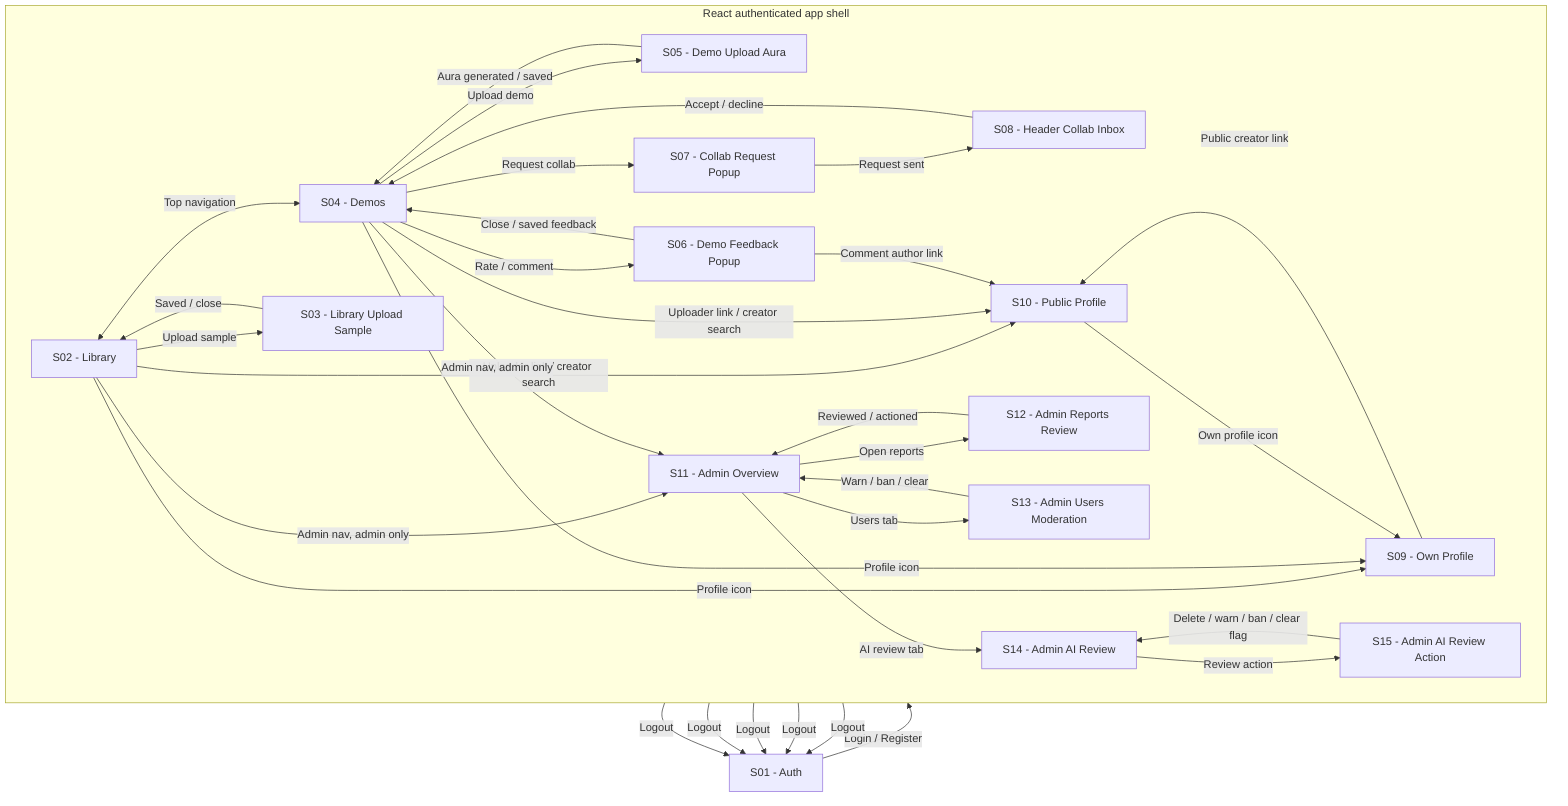
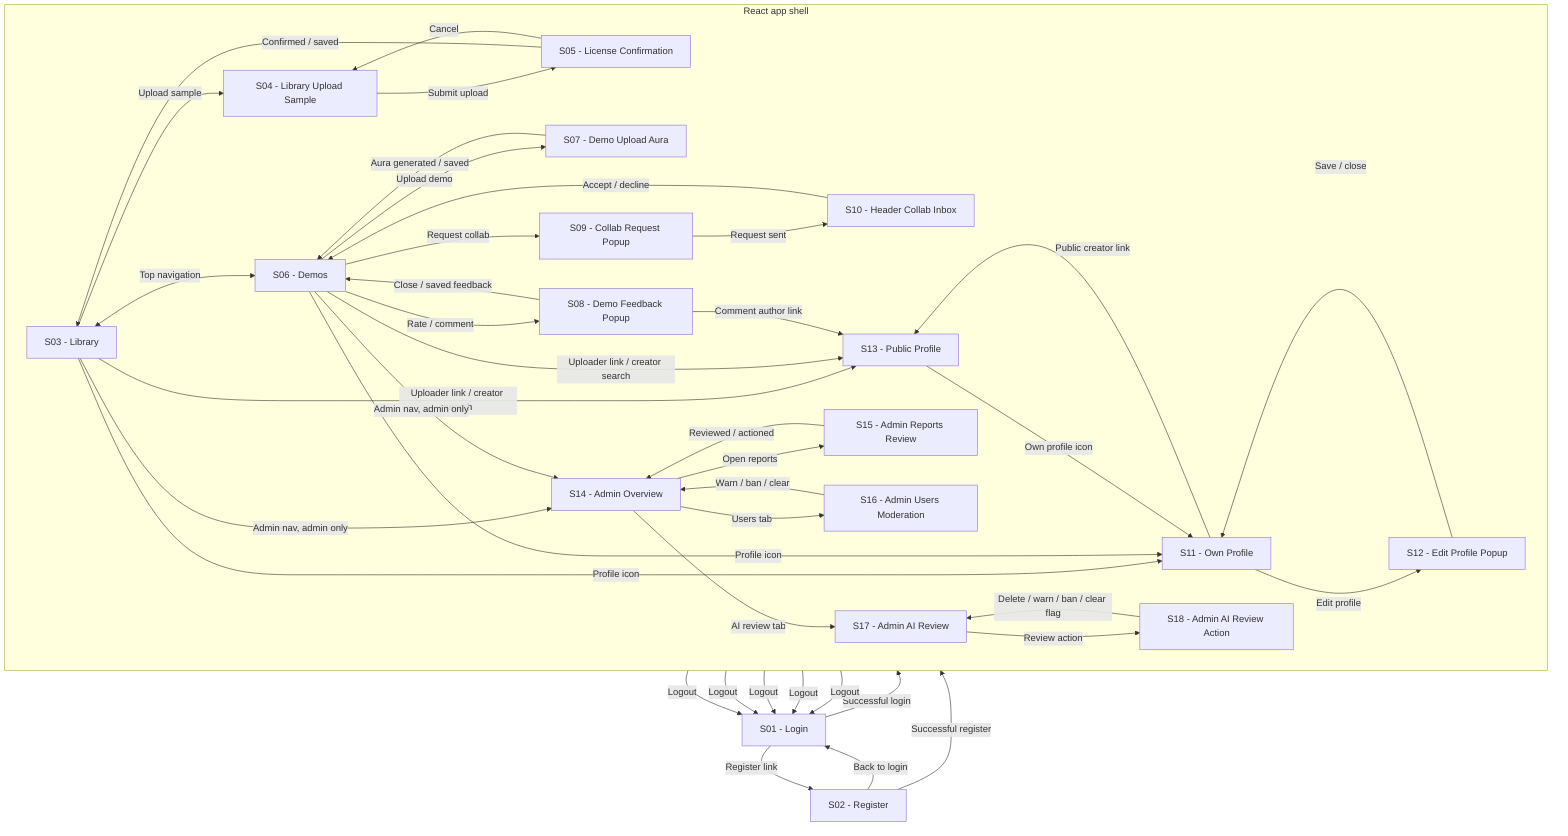
flowchart TB
-     A["S01 - Auth"]
+     L["S01 - Login"]
+     R["S02 - Register"]

-     subgraph APP["React authenticated app shell"]
+     subgraph APP["React app shell"]
        direction LR
-         B["S02 - Library"]
-         C["S03 - Library Upload Sample"]
-         D["S04 - Demos"]
-         E["S05 - Demo Upload Aura"]
-         F["S06 - Demo Feedback Popup"]
-         G["S07 - Collab Request Popup"]
-         H["S08 - Header Collab Inbox"]
-         I["S09 - Own Profile"]
-         J["S10 - Public Profile"]
-         K["S11 - Admin Overview"]
-         L["S12 - Admin Reports Review"]
-         M["S13 - Admin Users Moderation"]
-         N["S14 - Admin AI Review"]
-         O["S15 - Admin AI Review Action"]
+         B["S03 - Library"]
+         C["S04 - Library Upload Sample"]
+         LC["S05 - License Confirmation"]
+         D["S06 - Demos"]
+         E["S07 - Demo Upload Aura"]
+         F["S08 - Demo Feedback Popup"]
+         G["S09 - Collab Request Popup"]
+         H["S10 - Header Collab Inbox"]
+         I["S11 - Own Profile"]
+         P["S12 - Edit Profile Popup"]
+         J["S13 - Public Profile"]
+         K["S14 - Admin Overview"]
+         M["S15 - Admin Reports Review"]
+         U["S16 - Admin Users Moderation"]
+         N["S17 - Admin AI Review"]
+         O["S18 - Admin AI Review Action"]
    end

-     A -->|"Login / Register"| B
+     L -->|"Register link"| R
+     R -->|"Back to login"| L
+     L -->|"Successful login"| B
+     R -->|"Successful register"| B

    B <-->|"Top navigation"| D
    B -->|"Upload sample"| C
-     C -->|"Saved / close"| B
+     C -->|"Submit upload"| LC
+     LC -->|"Confirmed / saved"| B
+     LC -->|"Cancel"| C

    D -->|"Upload demo"| E
    E -->|"Aura generated / saved"| D
    D -->|"Rate / comment"| F
    F -->|"Close / saved feedback"| D
    D -->|"Request collab"| G
    G -->|"Request sent"| H
    H -->|"Accept / decline"| D

    B -->|"Profile icon"| I
    D -->|"Profile icon"| I
+     I -->|"Edit profile"| P
+     P -->|"Save / close"| I
    B -->|"Uploader link / creator search"| J
    D -->|"Uploader link / creator search"| J
    F -->|"Comment author link"| J
    I -->|"Public creator link"| J
    J -->|"Own profile icon"| I

-     K -->|"Open reports"| L
-     K -->|"Users tab"| M
+     K -->|"Open reports"| M
+     K -->|"Users tab"| U
    K -->|"AI review tab"| N
-     L -->|"Reviewed / actioned"| K
-     M -->|"Warn / ban / clear"| K
+     M -->|"Reviewed / actioned"| K
+     U -->|"Warn / ban / clear"| K
    N -->|"Review action"| O
    O -->|"Delete / warn / ban / clear flag"| N

    B -->|"Admin nav, admin only"| K
    D -->|"Admin nav, admin only"| K

-     B -->|"Logout"| A
-     D -->|"Logout"| A
-     I -->|"Logout"| A
-     J -->|"Logout"| A
-     K -->|"Logout"| A
+     B -->|"Logout"| L
+     D -->|"Logout"| L
+     I -->|"Logout"| L
+     J -->|"Logout"| L
+     K -->|"Logout"| L
